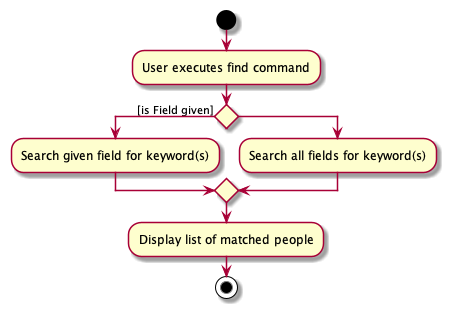
Above: docs/images/FindActivityDiagram.png in tonishka/tp (PlantUML), before the change.
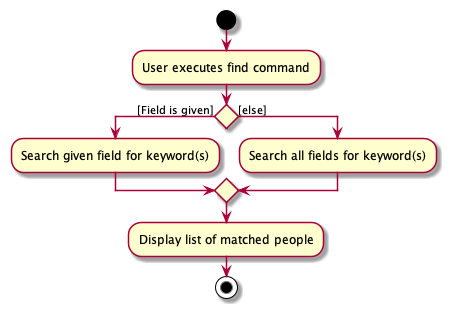
After the commit.

Commit message:
Rectify activity diagram

What changed in the source:
```diff
@@ -2,9 +2,9 @@
 
 start
 :User executes find command;
-if () then ([is Field given])
+if () then ([Field is given])
   :Search given field for keyword(s);
-else
+else ([else])
 :Search all fields for keyword(s);
 endif
 :Display list of matched people;
```
